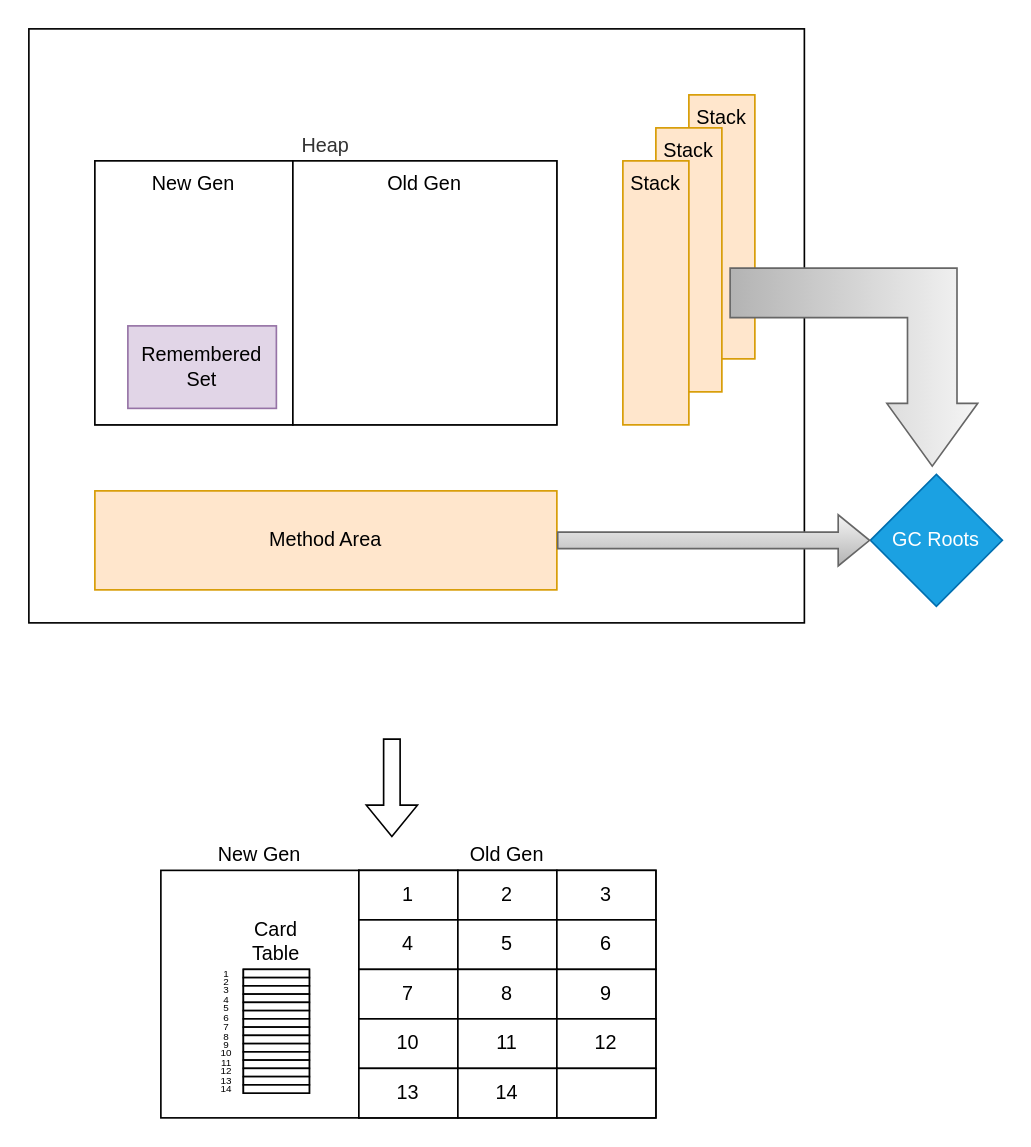
Earlier version of the draw.io diagram 未命名绘图.drawio (ordinarylq/personal-drawer). Source tidied: cells renumbered, new cells numbered last; positions are measured from the earlier drawing's top-left corner, leaving out a move shared by most shapes. Both pictures are drawn from the tidied source at 165%, with x=0, y=0 at pixel (28, 28).
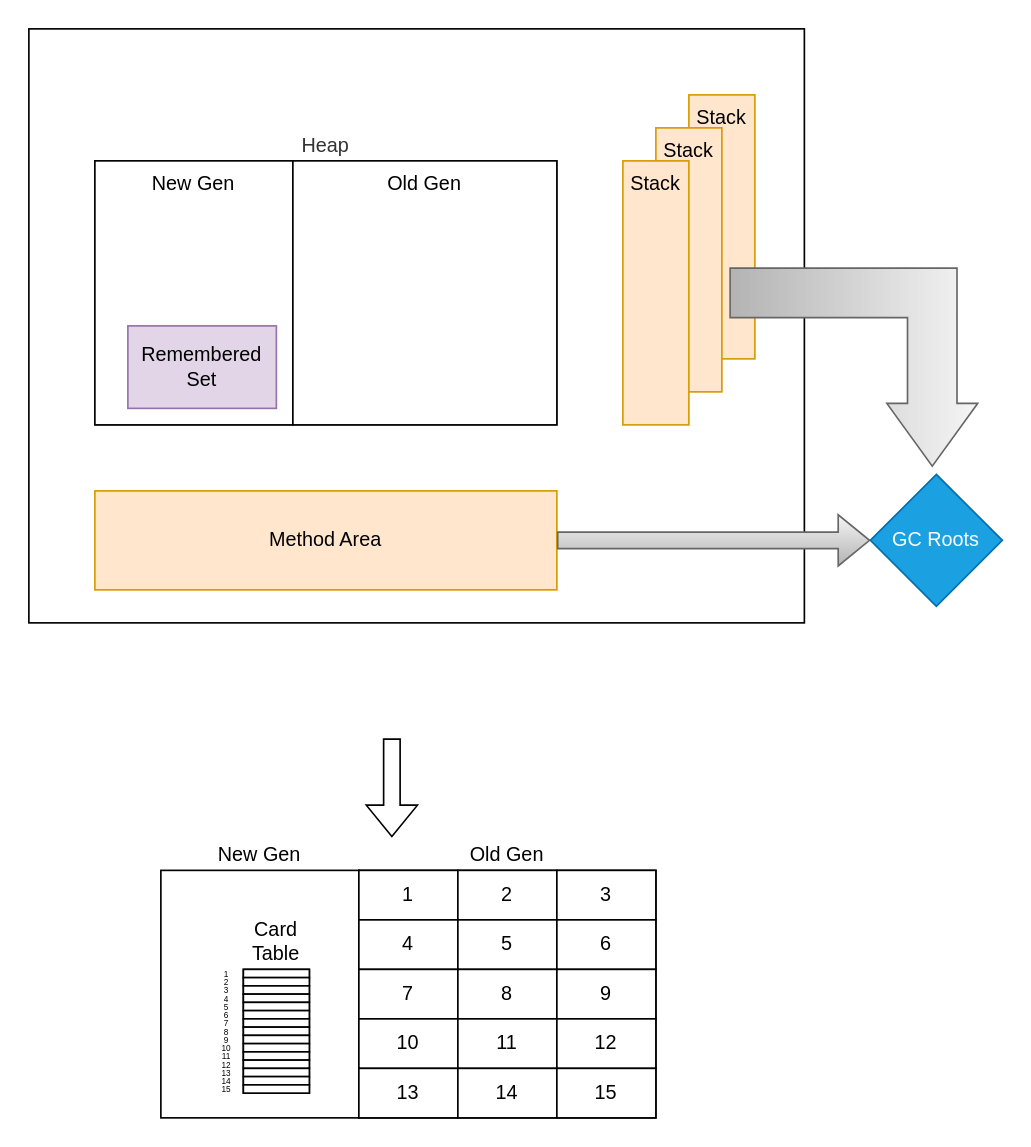
Above is the later version.

Diff of the diagram source:
```diff
@@
-    <mxCell id="31" style="rounded=0;whiteSpace=wrap;html=1;" parent="1" vertex="1">
+    <mxCell id="31" value="15" style="rounded=0;whiteSpace=wrap;html=1;" parent="1" vertex="1">
       <mxGeometry x="320" y="630" width="60" height="30" as="geometry" />
     </mxCell>
@@
-    <mxCell id="48" value="&lt;p style=&quot;line-height: 90%; font-size: 6px;&quot;&gt;&lt;font style=&quot;font-size: 6px;&quot;&gt;1&lt;br&gt;2&lt;br&gt;3&lt;br&gt;4&lt;br&gt;5&lt;br&gt;6&lt;br&gt;7&lt;br&gt;8&lt;br&gt;9&lt;br&gt;10&lt;br&gt;11&lt;br&gt;12&lt;br&gt;13&lt;br&gt;14&lt;/font&gt;&lt;br&gt;&lt;/p&gt;" style="text;html=1;strokeColor=none;fillColor=none;align=center;verticalAlign=middle;whiteSpace=wrap;rounded=0;" parent="1" vertex="1">
+    <mxCell id="48" value="&lt;p style=&quot;line-height: 100%; font-size: 5px;&quot;&gt;&lt;font style=&quot;font-size: 5px;&quot;&gt;1&lt;br&gt;2&lt;br&gt;3&lt;br&gt;4&lt;br&gt;5&lt;br&gt;6&lt;br&gt;7&lt;br&gt;8&lt;br&gt;9&lt;br&gt;10&lt;br&gt;11&lt;br&gt;12&lt;br&gt;13&lt;br&gt;14&lt;br&gt;&lt;/font&gt;15&lt;/p&gt;" style="text;html=1;strokeColor=none;fillColor=none;align=center;verticalAlign=middle;whiteSpace=wrap;rounded=0;" parent="1" vertex="1">
       <mxGeometry x="90" y="592.5" width="60" height="30" as="geometry" />
     </mxCell>
```
